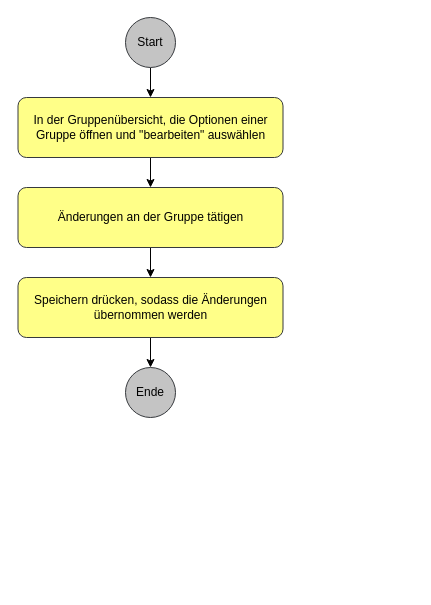
Before: TodoListe-erstellen.drawio in TheYaINN/Taskmaster, a draw.io diagram. Source tidied: cells renumbered, new cells numbered last; positions are measured from the earlier drawing's top-left corner, leaving out a move shared by most shapes. Both pictures are drawn from the tidied source at 100%, with x=0, y=0 at pixel (17, 17).
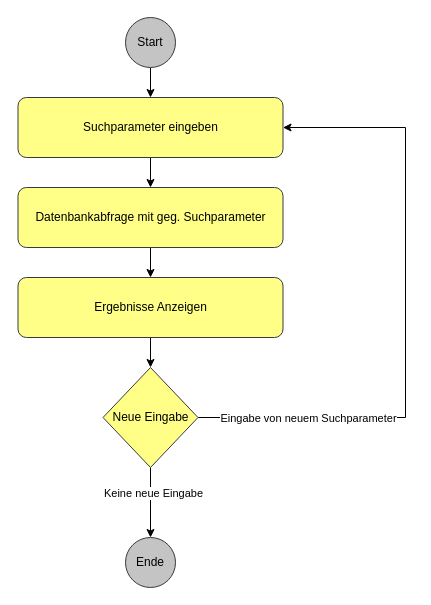
After the change.

What changed in the source:
```diff
@@
 <mxGraphModel>
   <root>
     <mxCell id="0" />
     <mxCell id="1" parent="0" />
     <mxCell id="2" style="edgeStyle=orthogonalEdgeStyle;rounded=0;jettySize=auto;html=1;" parent="1" edge="1" source="3" target="5">
       <mxGeometry relative="1" as="geometry" />
     </mxCell>
     <mxCell id="3" value="Start" style="ellipse;whiteSpace=wrap;html=1;strokeColor=#36393d;fillColor=#C4C4C4;" parent="1" vertex="1">
       <mxGeometry x="108" width="50" height="50" as="geometry" />
     </mxCell>
     <mxCell id="4" style="edgeStyle=orthogonalEdgeStyle;rounded=0;jettySize=auto;html=1;entryX=0.5;entryY=0;entryDx=0;entryDy=0;" parent="1" edge="1" source="5" target="7">
       <mxGeometry relative="1" as="geometry" />
     </mxCell>
-    <mxCell id="5" value="In der Gruppenübersicht, die Optionen einer Gruppe öffnen und &quot;bearbeiten&quot; auswählen" style="rounded=1;whiteSpace=wrap;html=1;fillColor=#ffff88;strokeColor=#36393d;arcSize=14;" parent="1" vertex="1">
+    <mxCell id="5" value="Suchparameter eingeben" style="rounded=1;whiteSpace=wrap;html=1;fillColor=#ffff88;strokeColor=#36393d;arcSize=14;" parent="1" vertex="1">
       <mxGeometry x="0.5" y="80" width="265" height="60" as="geometry" />
     </mxCell>
     <mxCell id="6" style="edgeStyle=orthogonalEdgeStyle;rounded=0;jettySize=auto;html=1;" parent="1" edge="1" source="7" target="9">
       <mxGeometry relative="1" as="geometry" />
     </mxCell>
-    <mxCell id="7" value="Änderungen an der Gruppe tätigen" style="rounded=1;whiteSpace=wrap;html=1;fillColor=#ffff88;strokeColor=#36393d;arcSize=14;" parent="1" vertex="1">
+    <mxCell id="7" value="Datenbankabfrage mit geg. Suchparameter" style="rounded=1;whiteSpace=wrap;html=1;fillColor=#ffff88;strokeColor=#36393d;arcSize=14;" parent="1" vertex="1">
       <mxGeometry x="0.5" y="170" width="265" height="60" as="geometry" />
     </mxCell>
-    <mxCell id="8" style="edgeStyle=orthogonalEdgeStyle;rounded=0;jettySize=auto;html=1;" parent="1" edge="1" source="9" target="10">
+    <mxCell id="8" style="edgeStyle=orthogonalEdgeStyle;rounded=0;jettySize=auto;html=1;" parent="1" edge="1" source="15" target="10">
       <mxGeometry relative="1" as="geometry" />
     </mxCell>
+    <mxCell id="11" value="Keine neue Eingabe" style="edgeLabel;html=1;align=center;verticalAlign=middle;" parent="8" vertex="1">
+      <mxGeometry x="-0.3" y="2" relative="1" as="geometry" />
+    </mxCell>
+    <mxCell id="12" style="edgeStyle=orthogonalEdgeStyle;rounded=0;jettySize=auto;html=1;" parent="1" edge="1" source="9" target="15">
+      <mxGeometry relative="1" as="geometry" />
+    </mxCell>
-    <mxCell id="9" value="Speichern drücken, sodass die Änderungen übernommen werden" style="rounded=1;whiteSpace=wrap;html=1;fillColor=#ffff88;strokeColor=#36393d;arcSize=14;" parent="1" vertex="1">
+    <mxCell id="9" value="Ergebnisse Anzeigen" style="rounded=1;whiteSpace=wrap;html=1;fillColor=#ffff88;strokeColor=#36393d;arcSize=14;" parent="1" vertex="1">
       <mxGeometry x="0.5" y="260" width="265" height="60" as="geometry" />
     </mxCell>
     <mxCell id="10" value="Ende" style="ellipse;whiteSpace=wrap;html=1;strokeColor=#36393d;fillColor=#C4C4C4;" parent="1" vertex="1">
-      <mxGeometry x="108" y="350" width="50" height="50" as="geometry" />
+      <mxGeometry x="108" y="520" width="50" height="50" as="geometry" />
     </mxCell>
+    <mxCell id="13" style="edgeStyle=orthogonalEdgeStyle;rounded=0;jettySize=auto;html=1;entryX=1;entryY=0.5;entryDx=0;entryDy=0;" parent="1" edge="1" source="15" target="5">
+      <mxGeometry relative="1" as="geometry">
+        <Array as="points">
+          <mxPoint x="388" y="400" />
+          <mxPoint x="388" y="110" />
+        </Array>
+      </mxGeometry>
+    </mxCell>
+    <mxCell id="14" value="Eingabe von neuem Suchparameter" style="edgeLabel;html=1;align=center;verticalAlign=middle;" parent="13" vertex="1">
+      <mxGeometry x="-0.62" relative="1" as="geometry">
+        <mxPoint x="-8.5" as="offset" />
+      </mxGeometry>
+    </mxCell>
+    <mxCell id="15" value="Neue Eingabe" style="rhombus;whiteSpace=wrap;html=1;fillColor=#ffff88;strokeColor=#36393d;" parent="1" vertex="1">
+      <mxGeometry x="85.5" y="350" width="95" height="100" as="geometry" />
+    </mxCell>
   </root>
 </mxGraphModel>
```
